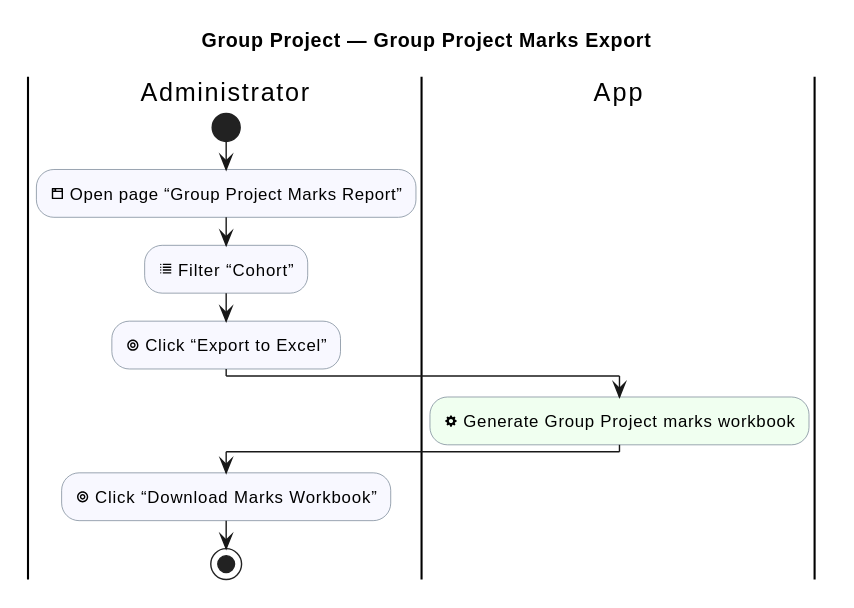
Before: industrial-placement-group-project/diagrams/group-project/group-project-marks-export.svg, a diagram exported from PlantUML (sdflkjssl/sdflkjssl.github.io).
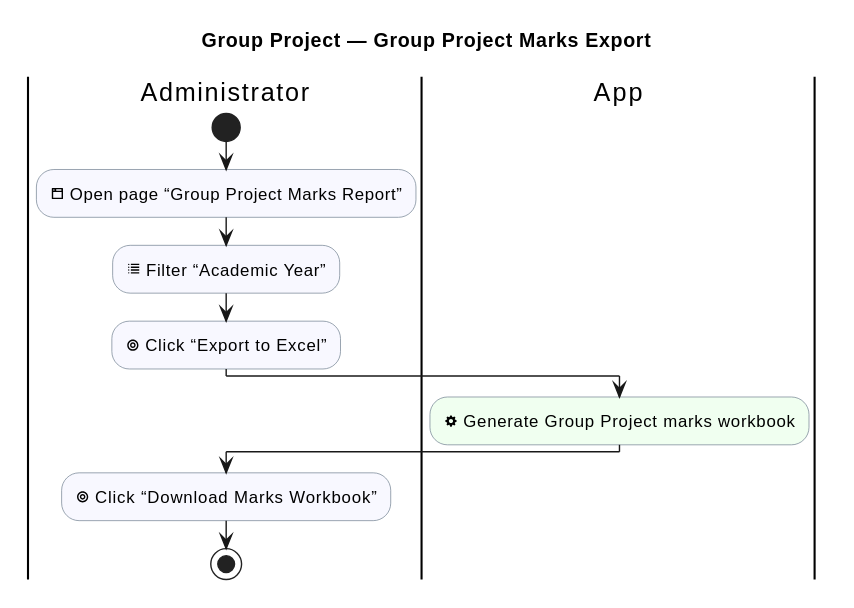
After the change.

Diff of the diagram source:
```diff
@@ -13,7 +13,7 @@
 |Administrator|
 start
 :<&browser> Open page “Group Project Marks Report”; <<#GhostWhite>>
-:<&list> Filter “Cohort”; <<#GhostWhite>>
+:<&list> Filter “Academic Year”; <<#GhostWhite>>
 :<&target> Click “Export to Excel”; <<#GhostWhite>>
 |App|
 :<&cog> Generate Group Project marks workbook; <<#HoneyDew>>
```
